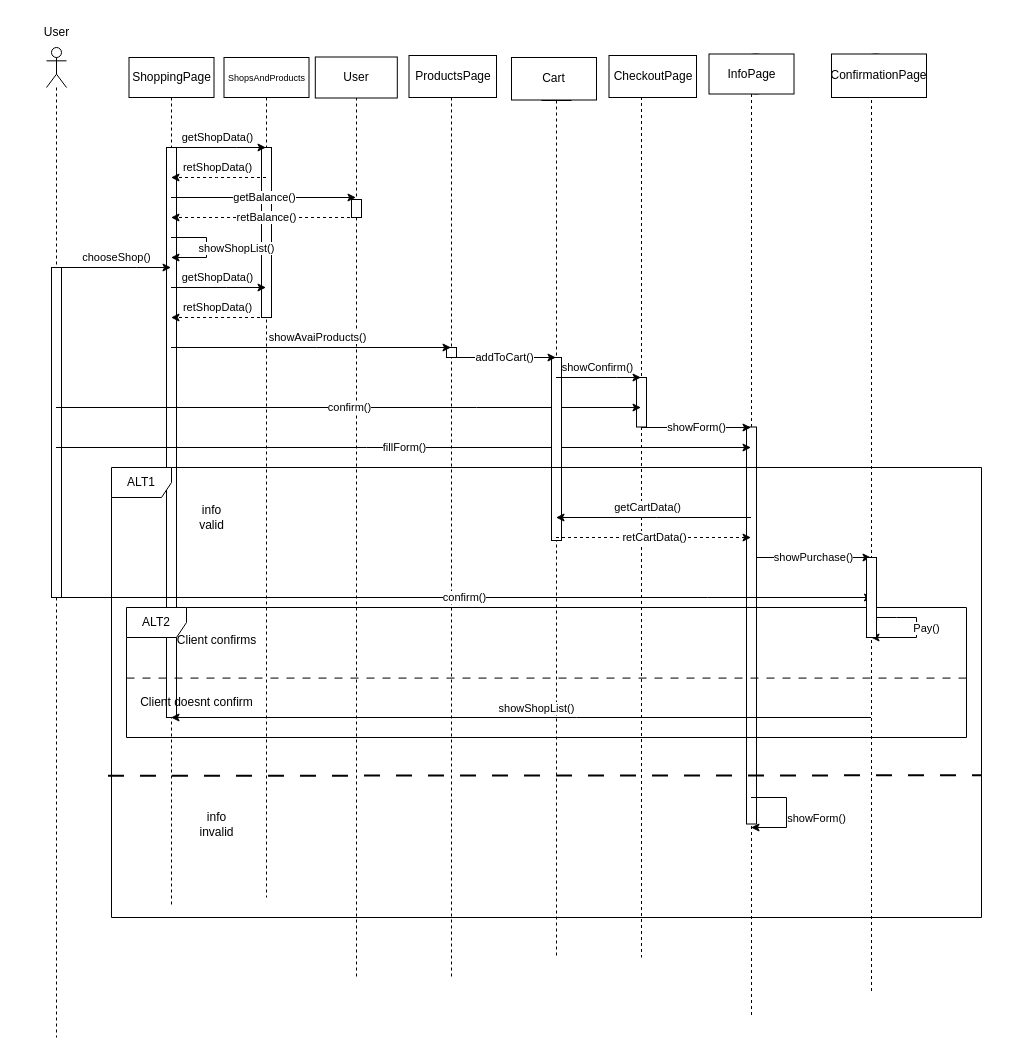
Above: ΤΕΛΙΚΟ ΠΑΡΑΔΟΤΕΟ/Sequence-diagrams-v1.0/sd_αγορά_επαγγελματικού_εξοπλισμού.drawio in Dionkaps/Eu-Zin (draw.io), before the change. Source tidied: cells renumbered, new cells numbered last; positions are measured from the earlier drawing's top-left corner, leaving out a move shared by most shapes. Both pictures are drawn from the tidied source at 100%, with x=0, y=0 at pixel (31, 17).
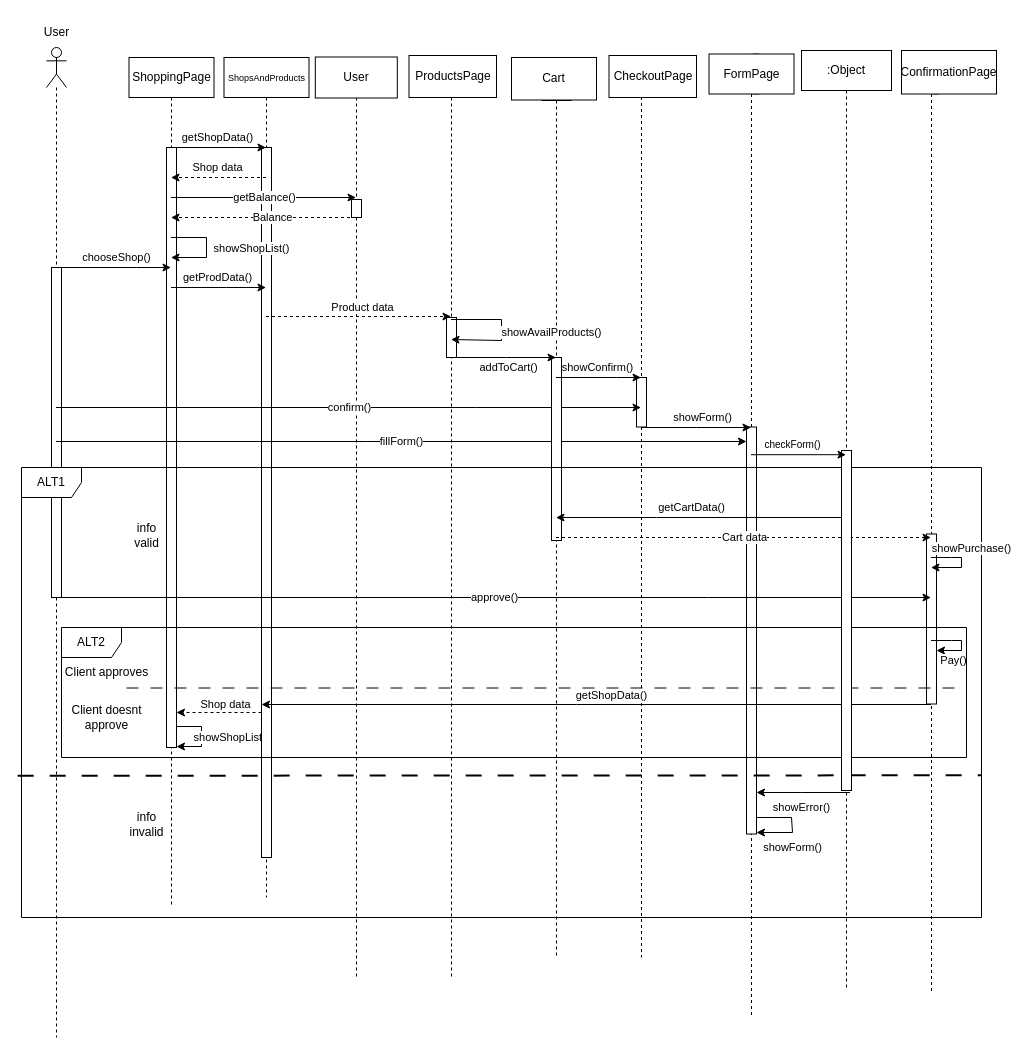
After the change.

Commit message (it also covers changes not shown here):
προσθήκη sequence

Unchanged cells that the change refers to:
```xml
<mxCell id="3" style="shape=umlLifeline;perimeter=lifelinePerimeter;whiteSpace=wrap;html=1;outlineConnect=0;portConstraint=eastwest;newEdgeStyle={&quot;edgeStyle&quot;:&quot;elbowEdgeStyle&quot;,&quot;elbow&quot;:&quot;vertical&quot;,&quot;curved&quot;:0,&quot;rounded&quot;:0};participant=umlBoundary;" parent="1" vertex="1">
  <mxGeometry x="695" y="36.5" width="50" height="963.5" as="geometry" />
</mxCell>
<mxCell id="5" style="shape=umlLifeline;perimeter=lifelinePerimeter;whiteSpace=wrap;html=1;outlineConnect=0;portConstraint=eastwest;newEdgeStyle={&quot;edgeStyle&quot;:&quot;elbowEdgeStyle&quot;,&quot;elbow&quot;:&quot;vertical&quot;,&quot;curved&quot;:0,&quot;rounded&quot;:0};participant=umlBoundary;" parent="1" vertex="1">
  <mxGeometry x="585" y="39.5" width="50" height="900.5" as="geometry" />
</mxCell>
<mxCell id="7" style="shape=umlLifeline;perimeter=lifelinePerimeter;whiteSpace=wrap;html=1;outlineConnect=0;portConstraint=eastwest;newEdgeStyle={&quot;edgeStyle&quot;:&quot;elbowEdgeStyle&quot;,&quot;elbow&quot;:&quot;vertical&quot;,&quot;curved&quot;:0,&quot;rounded&quot;:0};participant=umlBoundary;" parent="1" vertex="1">
  <mxGeometry x="395" y="40" width="50" height="920" as="geometry" />
</mxCell>
<mxCell id="9" style="shape=umlLifeline;perimeter=lifelinePerimeter;whiteSpace=wrap;html=1;outlineConnect=0;portConstraint=eastwest;newEdgeStyle={&quot;edgeStyle&quot;:&quot;elbowEdgeStyle&quot;,&quot;elbow&quot;:&quot;vertical&quot;,&quot;curved&quot;:0,&quot;rounded&quot;:0};participant=umlBoundary;" parent="1" vertex="1">
  <mxGeometry x="115" y="40" width="50" height="850" as="geometry" />
</mxCell>
<mxCell id="11" style="shape=umlLifeline;perimeter=lifelinePerimeter;whiteSpace=wrap;html=1;outlineConnect=0;portConstraint=eastwest;newEdgeStyle={&quot;edgeStyle&quot;:&quot;elbowEdgeStyle&quot;,&quot;elbow&quot;:&quot;vertical&quot;,&quot;curved&quot;:0,&quot;rounded&quot;:0};participant=umlEntity;" parent="1" vertex="1">
  <mxGeometry x="215" y="40" width="40" height="840" as="geometry" />
</mxCell>
<mxCell id="13" style="shape=umlLifeline;perimeter=lifelinePerimeter;whiteSpace=wrap;html=1;outlineConnect=0;portConstraint=eastwest;newEdgeStyle={&quot;edgeStyle&quot;:&quot;elbowEdgeStyle&quot;,&quot;elbow&quot;:&quot;vertical&quot;,&quot;curved&quot;:0,&quot;rounded&quot;:0};participant=umlEntity;" parent="1" vertex="1">
  <mxGeometry x="305" y="40" width="40" height="920" as="geometry" />
</mxCell>
<mxCell id="15" style="shape=umlLifeline;perimeter=lifelinePerimeter;whiteSpace=wrap;html=1;outlineConnect=0;portConstraint=eastwest;newEdgeStyle={&quot;edgeStyle&quot;:&quot;elbowEdgeStyle&quot;,&quot;elbow&quot;:&quot;vertical&quot;,&quot;curved&quot;:0,&quot;rounded&quot;:0};participant=umlActor;" parent="1" vertex="1">
  <mxGeometry x="15" y="30" width="20" height="990" as="geometry" />
</mxCell>
<mxCell id="24" style="shape=umlLifeline;perimeter=lifelinePerimeter;whiteSpace=wrap;html=1;outlineConnect=0;portConstraint=eastwest;newEdgeStyle={&quot;edgeStyle&quot;:&quot;elbowEdgeStyle&quot;,&quot;elbow&quot;:&quot;vertical&quot;,&quot;curved&quot;:0,&quot;rounded&quot;:0};participant=umlEntity;size=40;" parent="1" vertex="1">
  <mxGeometry x="505" y="43" width="40" height="897" as="geometry" />
</mxCell>
```

Change to the diagram source:
```diff
@@
     <mxCell id="2" style="shape=umlLifeline;perimeter=lifelinePerimeter;whiteSpace=wrap;html=1;outlineConnect=0;portConstraint=eastwest;newEdgeStyle={&quot;edgeStyle&quot;:&quot;elbowEdgeStyle&quot;,&quot;elbow&quot;:&quot;vertical&quot;,&quot;curved&quot;:0,&quot;rounded&quot;:0};participant=umlBoundary;" parent="1" vertex="1">
-      <mxGeometry x="815" y="36.5" width="50" height="937" as="geometry" />
+      <mxGeometry x="875" y="36.5" width="50" height="937" as="geometry" />
     </mxCell>
+    <mxCell id="49" style="html=1;perimeter=orthogonalPerimeter;targetShapes=umlLifeline;newEdgeStyle={&quot;edgeStyle&quot;:&quot;elbowEdgeStyle&quot;,&quot;elbow&quot;:&quot;vertical&quot;,&quot;curved&quot;:0,&quot;rounded&quot;:0};" parent="2" vertex="1">
+      <mxGeometry x="20" y="480" width="10" height="170" as="geometry" />
+    </mxCell>
+    <mxCell id="34" value="Pay()" style="endArrow=classic;html=1;rounded=0;" parent="2" edge="1">
+      <mxGeometry x="0.54" y="10" relative="1" as="geometry">
+        <mxPoint x="24.5" y="586.5" as="sourcePoint" />
+        <mxPoint x="30" y="596.5" as="targetPoint" />
+        <Array as="points">
+          <mxPoint x="45" y="586.5" />
+          <mxPoint x="55" y="586.5" />
+          <mxPoint x="55" y="596.5" />
+        </Array>
+        <mxPoint x="1" as="offset" />
+      </mxGeometry>
+    </mxCell>
@@
     <mxCell id="4" style="html=1;points=[];perimeter=orthogonalPerimeter;outlineConnect=0;targetShapes=umlLifeline;portConstraint=eastwest;newEdgeStyle={&quot;edgeStyle&quot;:&quot;elbowEdgeStyle&quot;,&quot;elbow&quot;:&quot;vertical&quot;,&quot;curved&quot;:0,&quot;rounded&quot;:0};" parent="3" vertex="1">
-      <mxGeometry x="20" y="373" width="10" height="397" as="geometry" />
+      <mxGeometry x="20" y="373" width="10" height="407" as="geometry" />
     </mxCell>
+    <mxCell id="59" value="showForm()" style="endArrow=classic;html=1;rounded=0;" parent="3" edge="1" source="4" target="4">
+      <mxGeometry x="0.16" y="15" relative="1" as="geometry">
+        <Array as="points">
+          <mxPoint x="65" y="763.5" />
+          <mxPoint x="66" y="778.5" />
+        </Array>
+      </mxGeometry>
+    </mxCell>
@@
     <mxCell id="8" style="html=1;perimeter=orthogonalPerimeter;targetShapes=umlLifeline;newEdgeStyle={&quot;edgeStyle&quot;:&quot;elbowEdgeStyle&quot;,&quot;elbow&quot;:&quot;vertical&quot;,&quot;curved&quot;:0,&quot;rounded&quot;:0};" parent="7" vertex="1">
-      <mxGeometry x="20" y="290" width="10" height="10" as="geometry" />
+      <mxGeometry x="20" y="260" width="10" height="40" as="geometry" />
     </mxCell>
@@
     <mxCell id="10" style="html=1;perimeter=orthogonalPerimeter;targetShapes=umlLifeline;newEdgeStyle={&quot;edgeStyle&quot;:&quot;elbowEdgeStyle&quot;,&quot;elbow&quot;:&quot;vertical&quot;,&quot;curved&quot;:0,&quot;rounded&quot;:0};" parent="9" vertex="1">
-      <mxGeometry x="20" y="90" width="10" height="570" as="geometry" />
+      <mxGeometry x="20" y="90" width="10" height="600" as="geometry" />
     </mxCell>
+    <mxCell id="60" value="showShopList()" style="endArrow=classic;html=1;rounded=0;" parent="9" edge="1">
+      <mxGeometry x="0.03" y="30" relative="1" as="geometry">
+        <mxPoint x="30" y="669" as="sourcePoint" />
+        <mxPoint x="30" y="689" as="targetPoint" />
+        <Array as="points">
+          <mxPoint x="55" y="669" />
+          <mxPoint x="55" y="689" />
+        </Array>
+      </mxGeometry>
+    </mxCell>
@@
     <mxCell id="12" style="html=1;perimeter=orthogonalPerimeter;targetShapes=umlLifeline;newEdgeStyle={&quot;edgeStyle&quot;:&quot;elbowEdgeStyle&quot;,&quot;elbow&quot;:&quot;vertical&quot;,&quot;curved&quot;:0,&quot;rounded&quot;:0};" parent="11" vertex="1">
-      <mxGeometry x="15" y="90" width="10" height="170" as="geometry" />
+      <mxGeometry x="15" y="90" width="10" height="710" as="geometry" />
     </mxCell>
@@
-    <mxCell id="18" value="retShopData()" style="endArrow=classic;html=1;rounded=0;dashed=1;" parent="1" edge="1" source="11" target="9">
+    <mxCell id="18" value="Shop data" style="endArrow=classic;html=1;rounded=0;dashed=1;" parent="1" edge="1" source="11" target="9">
       <mxGeometry x="0.04" y="-10" relative="1" as="geometry">
         <Array as="points">
           <mxPoint x="185" y="160" />
         </Array>
       </mxGeometry>
     </mxCell>
@@
-    <mxCell id="20" value="getShopData()" style="endArrow=classic;html=1;rounded=0;" parent="1" edge="1" source="9" target="11">
+    <mxCell id="20" value="getProdData()" style="endArrow=classic;html=1;rounded=0;" parent="1" edge="1" source="9" target="11">
       <mxGeometry x="-0.04" y="10" relative="1" as="geometry">
         <Array as="points">
           <mxPoint x="195" y="270" />
         </Array>
       </mxGeometry>
     </mxCell>
-    <mxCell id="21" value="showAvaiProducts()" style="endArrow=classic;html=1;rounded=0;" parent="1" edge="1" source="9" target="7">
-      <mxGeometry x="0.04" y="10" relative="1" as="geometry">
-        <Array as="points">
-          <mxPoint x="285" y="330" />
-        </Array>
-      </mxGeometry>
-    </mxCell>
@@
-    <mxCell id="23" value="fillForm()" style="endArrow=classic;html=1;rounded=0;" parent="1" edge="1" source="15" target="3">
+    <mxCell id="23" value="fillForm()" style="endArrow=classic;html=1;rounded=0;" parent="1" edge="1" target="4">
       <mxGeometry relative="1" as="geometry">
+        <mxPoint x="24.5" y="424" as="sourcePoint" />
         <Array as="points">
-          <mxPoint x="335" y="430" />
+          <mxPoint x="335" y="424" />
         </Array>
       </mxGeometry>
     </mxCell>
@@
     <mxCell id="26" value="addToCart()" style="endArrow=classic;html=1;rounded=0;" parent="1" edge="1" source="7" target="24">
-      <mxGeometry relative="1" as="geometry">
+      <mxGeometry x="0.06" y="-10" relative="1" as="geometry">
         <Array as="points">
           <mxPoint x="475" y="340" />
         </Array>
+        <mxPoint x="1" as="offset" />
       </mxGeometry>
     </mxCell>
@@
     <mxCell id="28" value="showForm()" style="endArrow=classic;html=1;rounded=0;" parent="1" edge="1" source="5" target="3">
-      <mxGeometry relative="1" as="geometry">
+      <mxGeometry x="0.1" y="10" relative="1" as="geometry">
         <Array as="points">
           <mxPoint x="665" y="410" />
         </Array>
       </mxGeometry>
     </mxCell>
     <mxCell id="29" value="ALT1" style="shape=umlFrame;whiteSpace=wrap;html=1;" parent="1" vertex="1">
-      <mxGeometry x="80" y="450" width="870" height="450" as="geometry" />
+      <mxGeometry x="-10" y="450" width="960" height="450" as="geometry" />
     </mxCell>
     <mxCell id="30" value="info&lt;br&gt;valid" style="text;html=1;align=center;verticalAlign=middle;strokeColor=none;fillColor=none;" parent="1" vertex="1">
-      <mxGeometry x="155" y="480" width="50" height="40" as="geometry" />
+      <mxGeometry x="90" y="498.2" width="50" height="40" as="geometry" />
     </mxCell>
-    <mxCell id="31" value="getCartData()" style="endArrow=classic;html=1;rounded=0;" parent="1" edge="1" source="3" target="24">
+    <mxCell id="31" value="getCartData()" style="endArrow=classic;html=1;rounded=0;" parent="1" edge="1" source="62" target="24">
       <mxGeometry x="0.07" y="-10" relative="1" as="geometry">
         <Array as="points">
           <mxPoint x="625" y="500" />
         </Array>
       </mxGeometry>
     </mxCell>
-    <mxCell id="32" value="showPurchase()" style="endArrow=classic;html=1;rounded=0;" parent="1" edge="1" target="2">
-      <mxGeometry relative="1" as="geometry">
-        <mxPoint x="725" y="540" as="sourcePoint" />
+    <mxCell id="32" value="showPurchase()" style="endArrow=classic;html=1;rounded=0;" parent="1" edge="1">
+      <mxGeometry x="-0.14" y="14" relative="1" as="geometry">
+        <mxPoint x="899.5" y="540" as="sourcePoint" />
+        <mxPoint x="899.5" y="550" as="targetPoint" />
+        <Array as="points">
+          <mxPoint x="920" y="540" />
+          <mxPoint x="930" y="540" />
+          <mxPoint x="930" y="550" />
+        </Array>
+        <mxPoint x="-4" y="-10" as="offset" />
       </mxGeometry>
     </mxCell>
-    <mxCell id="33" value="confirm()" style="endArrow=classic;html=1;rounded=0;" parent="1" edge="1" source="15">
+    <mxCell id="33" value="approve()" style="endArrow=classic;html=1;rounded=0;" parent="1" edge="1" source="15" target="2">
       <mxGeometry relative="1" as="geometry">
-        <mxPoint x="841" y="580" as="targetPoint" />
         <Array as="points">
           <mxPoint x="676" y="580" />
         </Array>
       </mxGeometry>
     </mxCell>
-    <mxCell id="34" value="Pay()" style="endArrow=classic;html=1;rounded=0;" parent="1" edge="1" source="2" target="2">
-      <mxGeometry y="10" relative="1" as="geometry">
-        <Array as="points">
-          <mxPoint x="865" y="600" />
-          <mxPoint x="885" y="600" />
-          <mxPoint x="885" y="620" />
-        </Array>
-      </mxGeometry>
-    </mxCell>
     <mxCell id="35" value="ALT2" style="shape=umlFrame;whiteSpace=wrap;html=1;" parent="1" vertex="1">
-      <mxGeometry x="95" y="590" width="840" height="130" as="geometry" />
+      <mxGeometry x="30" y="610" width="905" height="130" as="geometry" />
     </mxCell>
-    <mxCell id="36" style="endArrow=none;dashed=1;html=1;rounded=0;exitX=0;exitY=0.543;exitDx=0;exitDy=0;exitPerimeter=0;entryX=1;entryY=0.543;entryDx=0;entryDy=0;entryPerimeter=0;dashPattern=8 8;" parent="1" edge="1" source="35" target="35">
-      <mxGeometry relative="1" as="geometry" />
+    <mxCell id="36" style="endArrow=none;dashed=1;html=1;rounded=0;exitX=0;exitY=0.543;exitDx=0;exitDy=0;exitPerimeter=0;entryX=1;entryY=0.543;entryDx=0;entryDy=0;entryPerimeter=0;dashPattern=12 12;" parent="1" edge="1">
+      <mxGeometry relative="1" as="geometry">
+        <mxPoint x="95" y="670.5" as="sourcePoint" />
+        <mxPoint x="935" y="670.5" as="targetPoint" />
+      </mxGeometry>
     </mxCell>
-    <mxCell id="37" value="Client confirms&lt;br&gt;" style="text;html=1;align=center;verticalAlign=middle;strokeColor=none;fillColor=none;" parent="1" vertex="1">
-      <mxGeometry x="135" y="608" width="100" height="30" as="geometry" />
+    <mxCell id="37" value="Client approves" style="text;html=1;align=center;verticalAlign=middle;strokeColor=none;fillColor=none;" parent="1" vertex="1">
+      <mxGeometry x="20" y="640" width="110" height="30" as="geometry" />
     </mxCell>
-    <mxCell id="38" value="Client doesnt confirm" style="text;html=1;align=center;verticalAlign=middle;strokeColor=none;fillColor=none;" parent="1" vertex="1">
-      <mxGeometry x="95" y="670" width="140" height="30" as="geometry" />
+    <mxCell id="38" value="Client doesnt &lt;br&gt;approve" style="text;html=1;align=center;verticalAlign=middle;strokeColor=none;fillColor=none;" parent="1" vertex="1">
+      <mxGeometry x="30" y="680" width="90" height="40" as="geometry" />
     </mxCell>
-    <mxCell id="39" style="endArrow=classic;html=1;rounded=0;" parent="1" edge="1" source="2" target="9">
+    <mxCell id="39" style="endArrow=classic;html=1;rounded=0;" parent="1" edge="1">
       <mxGeometry relative="1" as="geometry">
+        <mxPoint x="899.5" y="687" as="sourcePoint" />
+        <mxPoint x="230" y="687" as="targetPoint" />
         <Array as="points">
-          <mxPoint x="545" y="700" />
+          <mxPoint x="545" y="687" />
         </Array>
       </mxGeometry>
     </mxCell>
-    <mxCell id="40" value="showShopList()" style="edgeLabel;html=1;align=center;verticalAlign=middle;" parent="39" vertex="1">
+    <mxCell id="40" value="getShopData()" style="edgeLabel;html=1;align=center;verticalAlign=middle;" parent="39" vertex="1">
       <mxGeometry relative="1" as="geometry">
         <mxPoint x="15" y="-10" as="offset" />
       </mxGeometry>
     </mxCell>
@@
     <mxCell id="42" value="info&lt;br&gt;invalid" style="text;html=1;align=center;verticalAlign=middle;strokeColor=none;fillColor=none;" parent="1" vertex="1">
-      <mxGeometry x="155" y="787" width="60" height="40" as="geometry" />
+      <mxGeometry x="85" y="787" width="60" height="40" as="geometry" />
     </mxCell>
-    <mxCell id="43" value="showForm()" style="endArrow=classic;html=1;rounded=0;" parent="1" edge="1" source="3" target="3">
-      <mxGeometry x="0.1" y="30" relative="1" as="geometry">
+    <mxCell id="43" value="showError()" style="endArrow=classic;html=1;rounded=0;" parent="1" edge="1">
+      <mxGeometry x="0.04" y="15" relative="1" as="geometry">
+        <mxPoint x="818.5" y="775" as="sourcePoint" />
+        <mxPoint x="725" y="775" as="targetPoint" />
         <Array as="points">
-          <mxPoint x="755" y="780" />
-          <mxPoint x="755" y="810" />
+          <mxPoint x="770" y="775" />
         </Array>
       </mxGeometry>
     </mxCell>
@@
-    <mxCell id="45" value="retBalance()" style="endArrow=classic;html=1;rounded=0;strokeColor=default;dashed=1;" parent="1" edge="1" source="13" target="9">
-      <mxGeometry x="-0.03" relative="1" as="geometry">
+    <mxCell id="45" value="Balance" style="endArrow=classic;html=1;rounded=0;strokeColor=default;dashed=1;" parent="1" edge="1" source="13" target="9">
+      <mxGeometry x="-0.09" relative="1" as="geometry">
         <Array as="points">
-          <mxPoint x="235" y="200" />
+          <mxPoint x="240" y="200" />
         </Array>
       </mxGeometry>
     </mxCell>
-    <mxCell id="46" value="retShopData()" style="endArrow=classic;html=1;rounded=0;dashed=1;" parent="1" edge="1" source="11" target="9">
-      <mxGeometry x="0.04" y="-10" relative="1" as="geometry">
-        <Array as="points">
-          <mxPoint x="205" y="300" />
-        </Array>
+    <mxCell id="46" value="Product data" style="endArrow=classic;html=1;rounded=0;dashed=1;" parent="1" edge="1">
+      <mxGeometry x="0.04" y="9" relative="1" as="geometry">
+        <mxPoint x="234.5" y="299" as="sourcePoint" />
+        <mxPoint x="419.5" y="299" as="targetPoint" />
       </mxGeometry>
     </mxCell>
     <mxCell id="47" value="showShopList()" style="endArrow=classic;html=1;rounded=0;" parent="1" edge="1" source="9" target="9">
-      <mxGeometry y="30" relative="1" as="geometry">
+      <mxGeometry y="45" relative="1" as="geometry">
         <Array as="points">
           <mxPoint x="175" y="220" />
           <mxPoint x="175" y="240" />
         </Array>
       </mxGeometry>
     </mxCell>
-    <mxCell id="48" value="retCartData()" style="endArrow=classic;html=1;rounded=0;dashed=1;" parent="1" edge="1" source="24" target="3">
+    <mxCell id="48" value="Cart data" style="endArrow=classic;html=1;rounded=0;dashed=1;" parent="1" edge="1" source="24" target="2">
       <mxGeometry relative="1" as="geometry">
         <Array as="points">
           <mxPoint x="625" y="520" />
         </Array>
       </mxGeometry>
     </mxCell>
-    <mxCell id="49" style="html=1;perimeter=orthogonalPerimeter;targetShapes=umlLifeline;newEdgeStyle={&quot;edgeStyle&quot;:&quot;elbowEdgeStyle&quot;,&quot;elbow&quot;:&quot;vertical&quot;,&quot;curved&quot;:0,&quot;rounded&quot;:0};" parent="1" vertex="1">
-      <mxGeometry x="835" y="540" width="10" height="80" as="geometry" />
-    </mxCell>
@@
-    <mxCell id="56" value="InfoPage" style="rounded=0;whiteSpace=wrap;html=1;" parent="1" vertex="1">
+    <mxCell id="56" value="FormPage" style="rounded=0;whiteSpace=wrap;html=1;" parent="1" vertex="1">
       <mxGeometry x="677.5" y="36.5" width="85" height="40" as="geometry" />
     </mxCell>
     <mxCell id="57" value="ConfirmationPage" style="rounded=0;whiteSpace=wrap;html=1;" parent="1" vertex="1">
-      <mxGeometry x="800" y="36.5" width="95" height="43.5" as="geometry" />
+      <mxGeometry x="870" y="33" width="95" height="43.5" as="geometry" />
     </mxCell>
@@
+    <mxCell id="61" value="showAvailProducts()" style="endArrow=classic;html=1;rounded=0;" parent="1" edge="1">
+      <mxGeometry x="0.01" y="50" relative="1" as="geometry">
+        <mxPoint x="419.5" y="302" as="sourcePoint" />
+        <mxPoint x="419.5" y="322" as="targetPoint" />
+        <Array as="points">
+          <mxPoint x="470" y="302" />
+          <mxPoint x="470" y="323" />
+        </Array>
+        <mxPoint y="1" as="offset" />
+      </mxGeometry>
+    </mxCell>
+    <mxCell id="62" value=":Object" style="shape=umlLifeline;perimeter=lifelinePerimeter;whiteSpace=wrap;html=1;outlineConnect=0;portConstraint=eastwest;newEdgeStyle={&quot;edgeStyle&quot;:&quot;elbowEdgeStyle&quot;,&quot;elbow&quot;:&quot;vertical&quot;,&quot;curved&quot;:0,&quot;rounded&quot;:0};" parent="1" vertex="1">
+      <mxGeometry x="770" y="33" width="90" height="937" as="geometry" />
+    </mxCell>
+    <mxCell id="63" style="html=1;perimeter=orthogonalPerimeter;targetShapes=umlLifeline;newEdgeStyle={&quot;edgeStyle&quot;:&quot;elbowEdgeStyle&quot;,&quot;elbow&quot;:&quot;vertical&quot;,&quot;curved&quot;:0,&quot;rounded&quot;:0};" parent="62" vertex="1">
+      <mxGeometry x="40" y="400" width="10" height="340" as="geometry" />
+    </mxCell>
+    <mxCell id="64" value="checkForm()" style="endArrow=classic;html=1;rounded=0;fontSize=10;" parent="1" edge="1">
+      <mxGeometry x="-0.15" y="10" relative="1" as="geometry">
+        <mxPoint x="719.5" y="437.2" as="sourcePoint" />
+        <mxPoint x="814.5" y="437.2" as="targetPoint" />
+        <mxPoint x="1" as="offset" />
+      </mxGeometry>
+    </mxCell>
+    <mxCell id="65" style="endArrow=classic;html=1;rounded=0;dashed=1;" parent="1" edge="1">
+      <mxGeometry relative="1" as="geometry">
+        <mxPoint x="230" y="695" as="sourcePoint" />
+        <mxPoint x="145" y="695" as="targetPoint" />
+      </mxGeometry>
+    </mxCell>
+    <mxCell id="66" value="Shop data" style="edgeLabel;html=1;align=center;verticalAlign=middle;" parent="65" vertex="1">
+      <mxGeometry x="-0.35" relative="1" as="geometry">
+        <mxPoint x="-9" y="-9" as="offset" />
+      </mxGeometry>
+    </mxCell>
```
